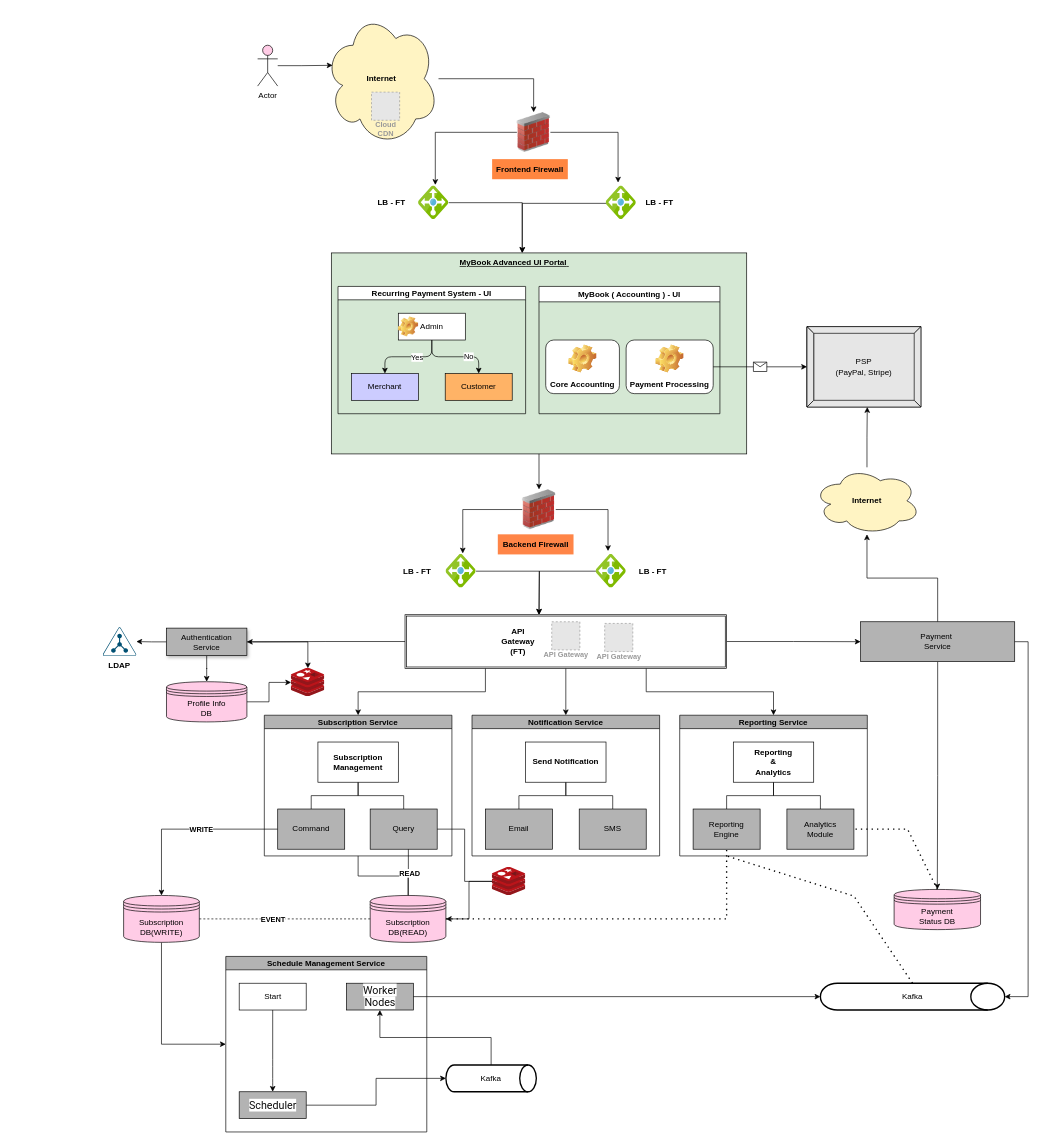
Before: Inuit_A4A.drawio in kk-ecu/tobedeleted, a draw.io diagram. Source tidied: cells renumbered, new cells numbered last; positions are measured from the earlier drawing's top-left corner, leaving out a move shared by most shapes. Both pictures are drawn from the tidied source at 67%, with x=0, y=0 at pixel (99, 11). Pictures stored in the file or linked from it are replaced by grey dashed boxes.
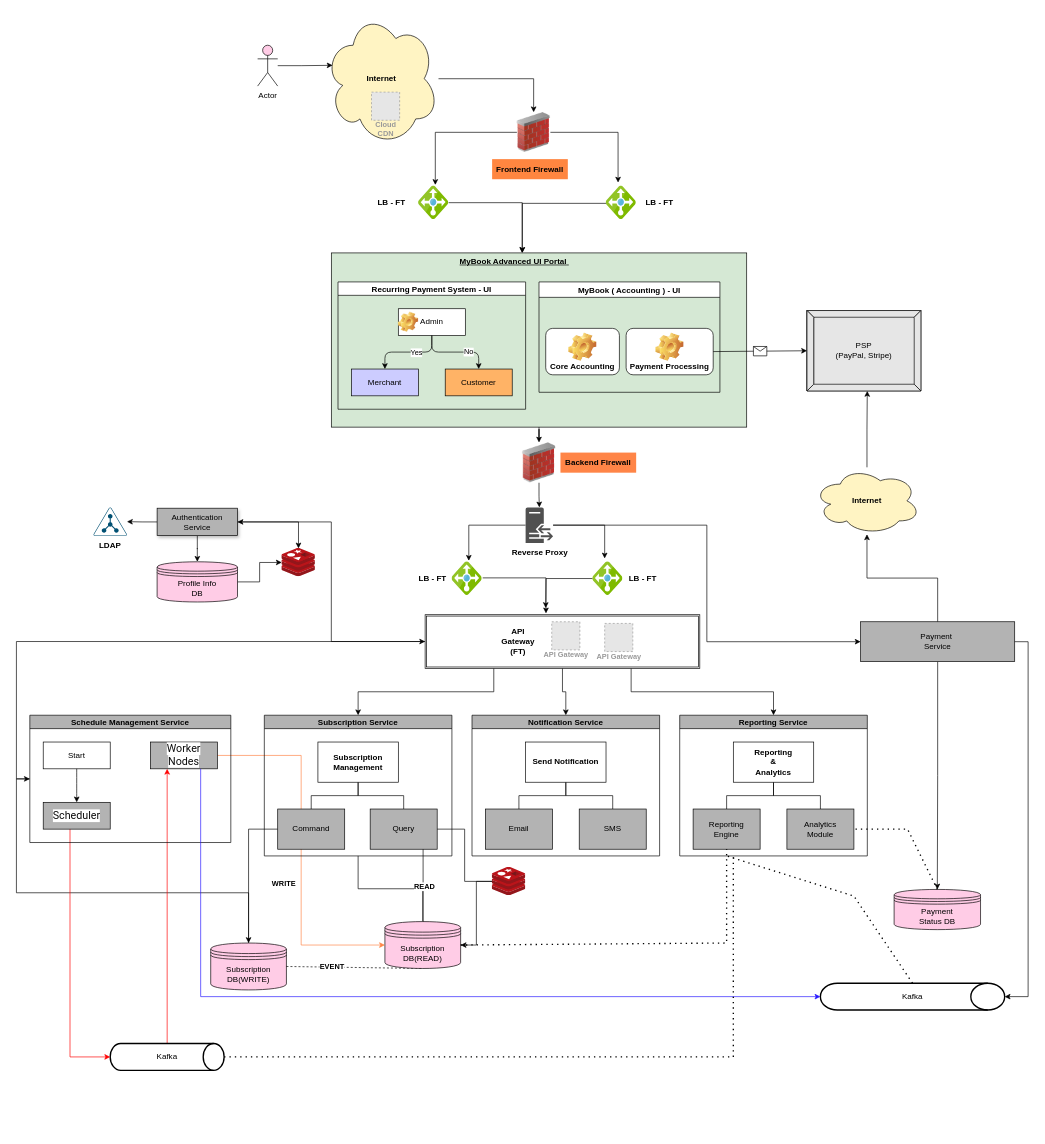
After the change.

Unchanged cells that the change refers to:
```xml
<mxCell id="61" value="Payment&amp;nbsp;&lt;div&gt;Service&lt;/div&gt;" style="rounded=0;whiteSpace=wrap;html=1;fillColor=#B3B3B3;" parent="1" vertex="1">
  <mxGeometry x="1136" y="910.5" width="230" height="59.5" as="geometry" />
</mxCell>
<mxCell id="78" value="Start" style="whiteSpace=wrap;html=1;" parent="77" vertex="1">
  <mxGeometry x="20" y="40" width="100" height="40" as="geometry" />
</mxCell>
<mxCell id="81" value="&lt;span style=&quot;text-align: start; font-size: 12pt; line-height: 18.4px; font-family: Roboto; color: rgb(13, 13, 13); background: white;&quot; lang=&quot;EN-GB&quot;&gt;Worker Nodes&lt;/span&gt;&lt;span style=&quot;font-size: medium; text-align: start;&quot;&gt;&lt;/span&gt;" style="whiteSpace=wrap;html=1;fillColor=#B3B3B3;" parent="77" vertex="1">
  <mxGeometry x="180" y="40" width="100" height="40" as="geometry" />
</mxCell>
<mxCell id="86" value="Kafka" style="strokeWidth=2;html=1;shape=mxgraph.flowchart.direct_data;whiteSpace=wrap;" parent="1" vertex="1">
  <mxGeometry x="1076" y="1450" width="275" height="40" as="geometry" />
</mxCell>
<mxCell id="91" value="Reporting&lt;div&gt;Engine&lt;/div&gt;" style="whiteSpace=wrap;html=1;align=center;verticalAlign=middle;newEdgeStyle={&quot;edgeStyle&quot;:&quot;elbowEdgeStyle&quot;,&quot;startArrow&quot;:&quot;none&quot;,&quot;endArrow&quot;:&quot;none&quot;};fillColor=#B3B3B3;" parent="87" vertex="1">
  <mxGeometry x="20" y="140" width="100" height="60" as="geometry" />
</mxCell>
```

The edit, as a diff of the source:
```diff
@@
-    <mxCell id="5" style="edgeStyle=orthogonalEdgeStyle;rounded=0;jettySize=auto;html=1;entryX=0;entryY=0.5;entryDx=0;entryDy=0;" parent="1" edge="1" source="7" target="61">
+    <mxCell id="5" style="edgeStyle=orthogonalEdgeStyle;rounded=0;jettySize=auto;html=1;entryX=0;entryY=0.5;entryDx=0;entryDy=0;" parent="1" edge="1" source="120" target="61">
       <mxGeometry relative="1" as="geometry" />
     </mxCell>
@@
     <mxCell id="7" style="shape=ext;double=1;rounded=0;whiteSpace=wrap;html=1;" parent="1" vertex="1">
-      <mxGeometry x="456" y="900" width="480" height="80" as="geometry" />
+      <mxGeometry x="486" y="900" width="410" height="80" as="geometry" />
     </mxCell>
@@
     <mxCell id="12" style="group;" parent="1" vertex="1">
-      <mxGeometry x="346" y="360" width="620" height="300" as="geometry" />
+      <mxGeometry x="346" y="360" width="620" height="260" as="geometry" />
     </mxCell>
     <mxCell id="13" style="rounded=0;whiteSpace=wrap;html=1;fillColor=#D5E8D4;" parent="12" vertex="1">
-      <mxGeometry width="620" height="300" as="geometry" />
+      <mxGeometry width="620" height="260" as="geometry" />
     </mxCell>
     <mxCell id="14" value="&lt;div style=&quot;&quot;&gt;&lt;span style=&quot;background-color: initial;&quot;&gt;MyBook Advanced UI Portal&lt;/span&gt;&lt;span style=&quot;background-color: initial; text-wrap: nowrap; color: rgba(0, 0, 0, 0); font-family: monospace; font-size: 0px;&quot;&gt;%3 CmxGraphModel%3E%3Croot%3E%3CmxCell%20id%3D%220%22%2F%3E%3CmxCell%20id%3D%221%22%20parent%3D%220%22%2F%3E%3CmxCell%20id%3D%222%22%20value%3D%22c%22%20style%3D%22ellipse%3BwhiteSpace%3Dwrap%3Bhtml%3D1%3B%22%20vertex%3D%221%22%20parent%3D%221%22%3E%3CmxGeometry%20x%3D%22340%22%20y%3D%22470%22%20width%3D%2210%22%20height%3D%2210%22%20as%3D%22geometry%22%2F%3E%3C%2FmxCell%3E%3C%2Froot%3E%3C%2FmxGraphModel%3E&lt;/span&gt;&lt;span style=&quot;background-color: initial;&quot;&gt;&amp;nbsp;&lt;/span&gt;&lt;/div&gt;" style="text;html=1;align=left;verticalAlign=middle;whiteSpace=wrap;rounded=1;fontStyle=5;" parent="12" vertex="1">
-      <mxGeometry x="190" width="190" height="30" as="geometry" />
+      <mxGeometry x="190" width="190" height="26" as="geometry" />
     </mxCell>
     <mxCell id="15" value="Recurring Payment System - UI" style="swimlane;startSize=20;horizontal=1;horizontalTree=0;containerType=tree;fontSize=12;" parent="12" vertex="1">
-      <mxGeometry x="10" y="50" width="280" height="190" as="geometry" />
+      <mxGeometry x="10" y="43.3" width="280" height="190" as="geometry" />
     </mxCell>
@@
     <mxCell id="24" value="MyBook ( Accounting ) - UI" style="swimlane;" parent="12" vertex="1">
-      <mxGeometry x="310" y="50" width="270" height="190" as="geometry" />
+      <mxGeometry x="310" y="43.3" width="270" height="164.7" as="geometry" />
     </mxCell>
     <mxCell id="25" value="Core Accounting" style="label;whiteSpace=wrap;html=1;align=center;verticalAlign=bottom;spacingLeft=0;spacingBottom=4;imageAlign=center;imageVerticalAlign=top;image=img/clipart/Gear_128x128.png;" parent="24" vertex="1">
-      <mxGeometry x="10" y="80" width="110" height="80" as="geometry" />
+      <mxGeometry x="10" y="69.3" width="110" height="69.3" as="geometry" />
     </mxCell>
     <mxCell id="26" value="Payment Processing" style="label;whiteSpace=wrap;html=1;align=center;verticalAlign=bottom;spacingLeft=0;spacingBottom=4;imageAlign=center;imageVerticalAlign=top;image=img/clipart/Gear_128x128.png;" parent="24" vertex="1">
-      <mxGeometry x="130" y="80" width="130" height="80" as="geometry" />
+      <mxGeometry x="130" y="69.3" width="130" height="69.3" as="geometry" />
     </mxCell>
@@
     <mxCell id="33" value="PSP&lt;div&gt;(PayPal, Stripe)&lt;/div&gt;" style="labelPosition=center;verticalLabelPosition=middle;align=center;html=1;shape=mxgraph.basic.button;dx=10;whiteSpace=wrap;fillColor=#E6E6E6;" parent="1" vertex="1">
-      <mxGeometry x="1056" y="470" width="170" height="120" as="geometry" />
+      <mxGeometry x="1056" y="446" width="170" height="120" as="geometry" />
     </mxCell>
@@
-    <mxCell id="40" style="edgeStyle=orthogonalEdgeStyle;rounded=0;jettySize=auto;html=1;" parent="1" edge="1" source="41">
-      <mxGeometry relative="1" as="geometry">
-        <mxPoint x="656" y="900" as="targetPoint" />
-      </mxGeometry>
+    <mxCell id="40" style="edgeStyle=orthogonalEdgeStyle;rounded=0;jettySize=auto;html=1;entryX=0.44;entryY=-0.025;entryDx=0;entryDy=0;entryPerimeter=0;exitX=1.022;exitY=0.48;exitDx=0;exitDy=0;exitPerimeter=0;" parent="1" edge="1" source="41" target="7">
+      <mxGeometry relative="1" as="geometry" />
     </mxCell>
     <mxCell id="41" style="image;sketch=0;html=1;points=[];align=center;fontSize=12;image=img/lib/mscae/Load_Balancer_feature.svg;" parent="1" vertex="1">
-      <mxGeometry x="517" y="810" width="45" height="50" as="geometry" />
+      <mxGeometry x="526" y="821" width="45" height="50" as="geometry" />
     </mxCell>
     <mxCell id="42" style="edgeStyle=orthogonalEdgeStyle;rounded=0;orthogonalLoop=1;jettySize=auto;html=1;exitX=0.5;exitY=1;exitDx=0;exitDy=0;" parent="1" edge="1">
       <mxGeometry relative="1" as="geometry">
-        <mxPoint x="412" y="725" as="sourcePoint" />
-        <mxPoint x="412" y="725" as="targetPoint" />
+        <mxPoint x="412" y="668" as="sourcePoint" />
+        <mxPoint x="412" y="668" as="targetPoint" />
       </mxGeometry>
     </mxCell>
+    <mxCell id="117" style="edgeStyle=orthogonalEdgeStyle;rounded=0;jettySize=auto;html=1;" parent="1" edge="1" source="43" target="120">
+      <mxGeometry relative="1" as="geometry" />
+    </mxCell>
     <mxCell id="43" style="image;html=1;image=img/lib/clip_art/networking/Firewall_02_128x128.png;" parent="1" vertex="1">
-      <mxGeometry x="631" y="713" width="50" height="60" as="geometry" />
+      <mxGeometry x="631" y="643" width="50" height="60" as="geometry" />
     </mxCell>
-    <mxCell id="44" style="edgeStyle=orthogonalEdgeStyle;rounded=0;jettySize=auto;html=1;entryX=0.56;entryY=-0.03;entryDx=0;entryDy=0;entryPerimeter=0;exitX=0;exitY=0.5;exitDx=0;exitDy=0;" parent="1" edge="1" source="43" target="41">
+    <mxCell id="44" style="edgeStyle=orthogonalEdgeStyle;rounded=0;jettySize=auto;html=1;entryX=0.56;entryY=-0.03;entryDx=0;entryDy=0;entryPerimeter=0;" parent="1" edge="1" source="120" target="41">
       <mxGeometry relative="1" as="geometry" />
     </mxCell>
-    <mxCell id="45" style="edgeStyle=orthogonalEdgeStyle;rounded=0;jettySize=auto;html=1;exitX=1;exitY=0.5;exitDx=0;exitDy=0;entryX=0.4;entryY=-0.1;entryDx=0;entryDy=0;entryPerimeter=0;" parent="1" edge="1" source="43" target="47">
+    <mxCell id="45" style="edgeStyle=orthogonalEdgeStyle;rounded=0;jettySize=auto;html=1;entryX=0.4;entryY=-0.1;entryDx=0;entryDy=0;entryPerimeter=0;" parent="1" edge="1" source="120" target="47">
       <mxGeometry relative="1" as="geometry" />
     </mxCell>
     <mxCell id="46" style="edgeStyle=orthogonalEdgeStyle;rounded=0;jettySize=auto;html=1;" parent="1" edge="1" source="47">
       <mxGeometry relative="1" as="geometry">
-        <mxPoint x="656" y="900" as="targetPoint" />
+        <mxPoint x="666" y="890" as="targetPoint" />
       </mxGeometry>
     </mxCell>
     <mxCell id="47" style="image;sketch=0;html=1;points=[];align=center;fontSize=12;image=img/lib/mscae/Load_Balancer_feature.svg;" parent="1" vertex="1">
-      <mxGeometry x="741" y="810" width="45" height="50" as="geometry" />
+      <mxGeometry x="736" y="821" width="45" height="50" as="geometry" />
     </mxCell>
     <mxCell id="48" value="Backend Firewall" style="text;html=1;align=center;verticalAlign=middle;whiteSpace=wrap;rounded=0;fontStyle=1;fillColor=#FF8547;" parent="1" vertex="1">
-      <mxGeometry x="594.5" y="780" width="113" height="30" as="geometry" />
+      <mxGeometry x="688" y="658" width="113" height="30" as="geometry" />
     </mxCell>
@@
     <mxCell id="52" value="LB - FT" style="text;html=1;align=center;verticalAlign=middle;whiteSpace=wrap;rounded=0;fontStyle=1;" parent="1" vertex="1">
-      <mxGeometry x="796" y="820" width="60" height="30" as="geometry" />
+      <mxGeometry x="781" y="831" width="60" height="30" as="geometry" />
     </mxCell>
     <mxCell id="53" value="LB - FT&amp;nbsp;" style="text;html=1;align=center;verticalAlign=middle;whiteSpace=wrap;rounded=0;fontStyle=1;" parent="1" vertex="1">
-      <mxGeometry x="446" y="820" width="60" height="30" as="geometry" />
+      <mxGeometry x="468.5" y="831" width="60" height="30" as="geometry" />
     </mxCell>
@@
     <mxCell id="58" value="Authentication&lt;div&gt;Service&lt;/div&gt;" style="rounded=0;whiteSpace=wrap;html=1;shadow=1;fillColor=#B3B3B3;" parent="1" vertex="1">
-      <mxGeometry x="100" y="920" width="120" height="41" as="geometry" />
+      <mxGeometry x="86" y="741" width="120" height="41" as="geometry" />
     </mxCell>
@@
-    <mxCell id="72" style="edgeStyle=orthogonalEdgeStyle;rounded=0;jettySize=auto;html=1;entryX=0;entryY=0.5;entryDx=0;entryDy=0;exitX=0.5;exitY=1;exitDx=0;exitDy=0;" parent="1" edge="1" source="73" target="77">
+    <mxCell id="72" style="edgeStyle=orthogonalEdgeStyle;rounded=0;jettySize=auto;html=1;entryX=0;entryY=0.5;entryDx=0;entryDy=0;" parent="1" edge="1" source="73" target="77">
       <mxGeometry relative="1" as="geometry" />
     </mxCell>
     <mxCell id="73" value="Subscription&lt;div&gt;DB(WRITE)&lt;/div&gt;" style="shape=datastore;whiteSpace=wrap;html=1;fillColor=#FFCCE6;" parent="1" vertex="1">
-      <mxGeometry x="36" y="1319" width="113" height="70" as="geometry" />
+      <mxGeometry x="166" y="1390" width="113" height="70" as="geometry" />
     </mxCell>
-    <mxCell id="74" style="edgeStyle=orthogonalEdgeStyle;rounded=0;jettySize=auto;html=1;entryX=0.5;entryY=1;entryDx=0;entryDy=0;exitX=0.5;exitY=0;exitDx=0;exitDy=0;exitPerimeter=0;" parent="1" edge="1" source="75" target="81">
+    <mxCell id="74" style="edgeStyle=orthogonalEdgeStyle;rounded=0;jettySize=auto;html=1;entryX=0.25;entryY=1;entryDx=0;entryDy=0;exitX=0.5;exitY=0;exitDx=0;exitDy=0;exitPerimeter=0;fillColor=#FF0000;strokeColor=#FF0000;" parent="1" edge="1" source="75" target="81">
       <mxGeometry relative="1" as="geometry" />
     </mxCell>
     <mxCell id="75" value="Kafka" style="strokeWidth=2;html=1;shape=mxgraph.flowchart.direct_data;whiteSpace=wrap;" parent="1" vertex="1">
-      <mxGeometry x="517" y="1572" width="135" height="40" as="geometry" />
+      <mxGeometry x="16" y="1540" width="170" height="40" as="geometry" />
     </mxCell>
-    <mxCell id="76" style="edgeStyle=orthogonalEdgeStyle;rounded=0;jettySize=auto;html=1;entryX=0;entryY=0.5;entryDx=0;entryDy=0;entryPerimeter=0;exitX=1;exitY=0.5;exitDx=0;exitDy=0;" parent="1" edge="1" source="79" target="75">
+    <mxCell id="76" style="edgeStyle=orthogonalEdgeStyle;rounded=0;jettySize=auto;html=1;entryX=0;entryY=0.5;entryDx=0;entryDy=0;entryPerimeter=0;exitX=0.4;exitY=1;exitDx=0;exitDy=0;exitPerimeter=0;fillColor=#FF0000;strokeColor=#FF0000;" parent="1" edge="1" source="79" target="75">
       <mxGeometry relative="1" as="geometry" />
     </mxCell>
+    <mxCell id="118" style="edgeStyle=orthogonalEdgeStyle;rounded=0;jettySize=auto;html=1;entryX=0;entryY=0.5;entryDx=0;entryDy=0;exitX=1;exitY=0.5;exitDx=0;exitDy=0;strokeColor=#FF8547;" parent="1" edge="1" source="81" target="107">
+      <mxGeometry relative="1" as="geometry" />
+    </mxCell>
+    <mxCell id="119" style="edgeStyle=orthogonalEdgeStyle;rounded=0;jettySize=auto;html=1;exitX=0;exitY=0.5;exitDx=0;exitDy=0;entryX=0;entryY=0.5;entryDx=0;entryDy=0;" parent="1" edge="1" source="77" target="7">
+      <mxGeometry relative="1" as="geometry" />
+    </mxCell>
     <mxCell id="77" value="Schedule Management Service" style="swimlane;startSize=20;horizontal=1;flowOrientation=north;interRankCellSpacing=50;containerType=tree;fontSize=12;fillColor=#B3B3B3;" parent="1" vertex="1">
-      <mxGeometry x="188.5" y="1410" width="300" height="262" as="geometry" />
+      <mxGeometry x="-104" y="1050" width="300" height="190" as="geometry" />
     </mxCell>
@@
     <mxCell id="79" value="&lt;span style=&quot;text-align: start; font-size: 12pt; line-height: 18.4px; font-family: Roboto; color: rgb(13, 13, 13); background: white;&quot; lang=&quot;EN-GB&quot;&gt;Scheduler&lt;/span&gt;&lt;span style=&quot;font-size: medium; text-align: start;&quot;&gt;&lt;/span&gt;" style="whiteSpace=wrap;html=1;fillColor=#B3B3B3;" parent="77" vertex="1">
-      <mxGeometry x="20" y="202" width="100" height="40" as="geometry" />
+      <mxGeometry x="20" y="130" width="100" height="40" as="geometry" />
     </mxCell>
     <mxCell id="80" style="html=1;rounded=1;curved=0;sourcePerimeterSpacing=0;targetPerimeterSpacing=0;startSize=6;endSize=6;noEdgeStyle=1;orthogonal=1;" parent="77" edge="1" source="78" target="79">
       <mxGeometry relative="1" as="geometry">
         <Array as="points">
-          <mxPoint x="70" y="164" />
-          <mxPoint x="70" y="190" />
+          <mxPoint x="70" y="92" />
+          <mxPoint x="70" y="118" />
         </Array>
       </mxGeometry>
     </mxCell>
@@
     <mxCell id="82" style="points=[[0.5,0,0],[0.765,0.48,0],[0.99,0.98,0],[0.5,1,0],[0.01,0.98,0],[0.235,0.48,0]];verticalLabelPosition=bottom;sketch=0;html=1;verticalAlign=top;align=center;shape=mxgraph.cisco19.ldap;fillColor=#005073;strokeColor=none;" parent="1" vertex="1">
-      <mxGeometry x="5" y="918.8" width="50" height="42.5" as="geometry" />
+      <mxGeometry x="-9" y="739.8" width="50" height="42.5" as="geometry" />
     </mxCell>
     <mxCell id="83" value="LDAP" style="text;html=1;align=center;verticalAlign=middle;whiteSpace=wrap;rounded=0;fontStyle=1;" parent="1" vertex="1">
-      <mxGeometry y="961.2" width="60" height="30" as="geometry" />
+      <mxGeometry x="-14" y="782.2" width="60" height="30" as="geometry" />
     </mxCell>
@@
     <mxCell id="85" value="Profile Info&lt;div&gt;DB&lt;/div&gt;" style="shape=datastore;whiteSpace=wrap;html=1;fillColor=#FFCCE6;" parent="1" vertex="1">
-      <mxGeometry x="100" y="1000" width="120" height="60" as="geometry" />
+      <mxGeometry x="86" y="821" width="120" height="60" as="geometry" />
     </mxCell>
@@
-    <mxCell id="93" style="edgeStyle=orthogonalEdgeStyle;rounded=0;jettySize=auto;html=1;entryX=0;entryY=0.5;entryDx=0;entryDy=0;entryPerimeter=0;" parent="1" edge="1" source="81" target="86">
+    <mxCell id="93" style="edgeStyle=orthogonalEdgeStyle;rounded=0;jettySize=auto;html=1;entryX=0;entryY=0.5;entryDx=0;entryDy=0;entryPerimeter=0;exitX=0.75;exitY=1;exitDx=0;exitDy=0;strokeColor=#2617FF;" parent="1" edge="1" source="81" target="86">
       <mxGeometry relative="1" as="geometry" />
     </mxCell>
-    <mxCell id="94" style="endArrow=none;dashed=1;html=1;rounded=0;fontStyle=1;exitX=1;exitY=0.5;exitDx=0;exitDy=0;entryX=0;entryY=0.5;entryDx=0;entryDy=0;" parent="1" edge="1" source="73" target="107">
-      <mxGeometry relative="1" as="geometry">
-        <Array as="points">
-          <mxPoint x="406" y="1354" />
-        </Array>
-      </mxGeometry>
+    <mxCell id="94" style="endArrow=none;dashed=1;html=1;rounded=0;fontStyle=1;exitX=1;exitY=0.5;exitDx=0;exitDy=0;entryX=0.5;entryY=1;entryDx=0;entryDy=0;" parent="1" edge="1" source="73" target="107">
+      <mxGeometry relative="1" as="geometry" />
     </mxCell>
     <mxCell id="95" value="EVENT" style="edgeLabel;html=1;align=center;verticalAlign=middle;fontStyle=1;" parent="94" vertex="1">
       <mxGeometry x="-0.78" y="1" relative="1" as="geometry">
-        <mxPoint x="81" y="1" as="offset" />
+        <mxPoint x="45" y="1" as="offset" />
       </mxGeometry>
     </mxCell>
@@
     <mxCell id="107" value="Subscription&lt;div&gt;DB(READ)&lt;/div&gt;" style="shape=datastore;whiteSpace=wrap;html=1;fillColor=#FFCCE6;" parent="1" vertex="1">
-      <mxGeometry x="404" y="1319" width="113" height="70" as="geometry" />
+      <mxGeometry x="426" y="1358" width="113" height="70" as="geometry" />
     </mxCell>
@@
     <mxCell id="110" style="endArrow=none;dashed=1;html=1;dashPattern=1 3;strokeWidth=2;rounded=0;entryX=0.5;entryY=1;entryDx=0;entryDy=0;exitX=1;exitY=0.5;exitDx=0;exitDy=0;" parent="1" edge="1" source="107" target="91">
       <mxGeometry relative="1" as="geometry">
         <Array as="points">
-          <mxPoint x="936" y="1354" />
+          <mxPoint x="936" y="1390" />
         </Array>
       </mxGeometry>
     </mxCell>
@@
     <mxCell id="116" style="image;sketch=0;html=1;points=[];align=center;fontSize=12;image=img/lib/mscae/Cache_Redis_Product.svg;" parent="1" vertex="1">
-      <mxGeometry x="286" y="980" width="50" height="42" as="geometry" />
+      <mxGeometry x="272" y="801" width="50" height="42" as="geometry" />
     </mxCell>
+    <mxCell id="120" value="Reverse Proxy" style="sketch=0;shadow=0;dashed=0;html=1;strokeColor=none;fillColor=#505050;labelPosition=center;verticalLabelPosition=bottom;verticalAlign=top;outlineConnect=0;align=center;shape=mxgraph.office.servers.reverse_proxy;fontStyle=1;" parent="1" vertex="1">
+      <mxGeometry x="636" y="739.8" width="41" height="53" as="geometry" />
+    </mxCell>
+    <mxCell id="121" style="endArrow=none;dashed=1;html=1;dashPattern=1 3;strokeWidth=2;rounded=0;entryX=0.5;entryY=1;entryDx=0;entryDy=0;exitX=1;exitY=0.5;exitDx=0;exitDy=0;exitPerimeter=0;" parent="1" edge="1" source="75">
+      <mxGeometry relative="1" as="geometry">
+        <mxPoint x="946" y="1260" as="targetPoint" />
+        <Array as="points">
+          <mxPoint x="946" y="1560" />
+        </Array>
+      </mxGeometry>
+    </mxCell>
```
